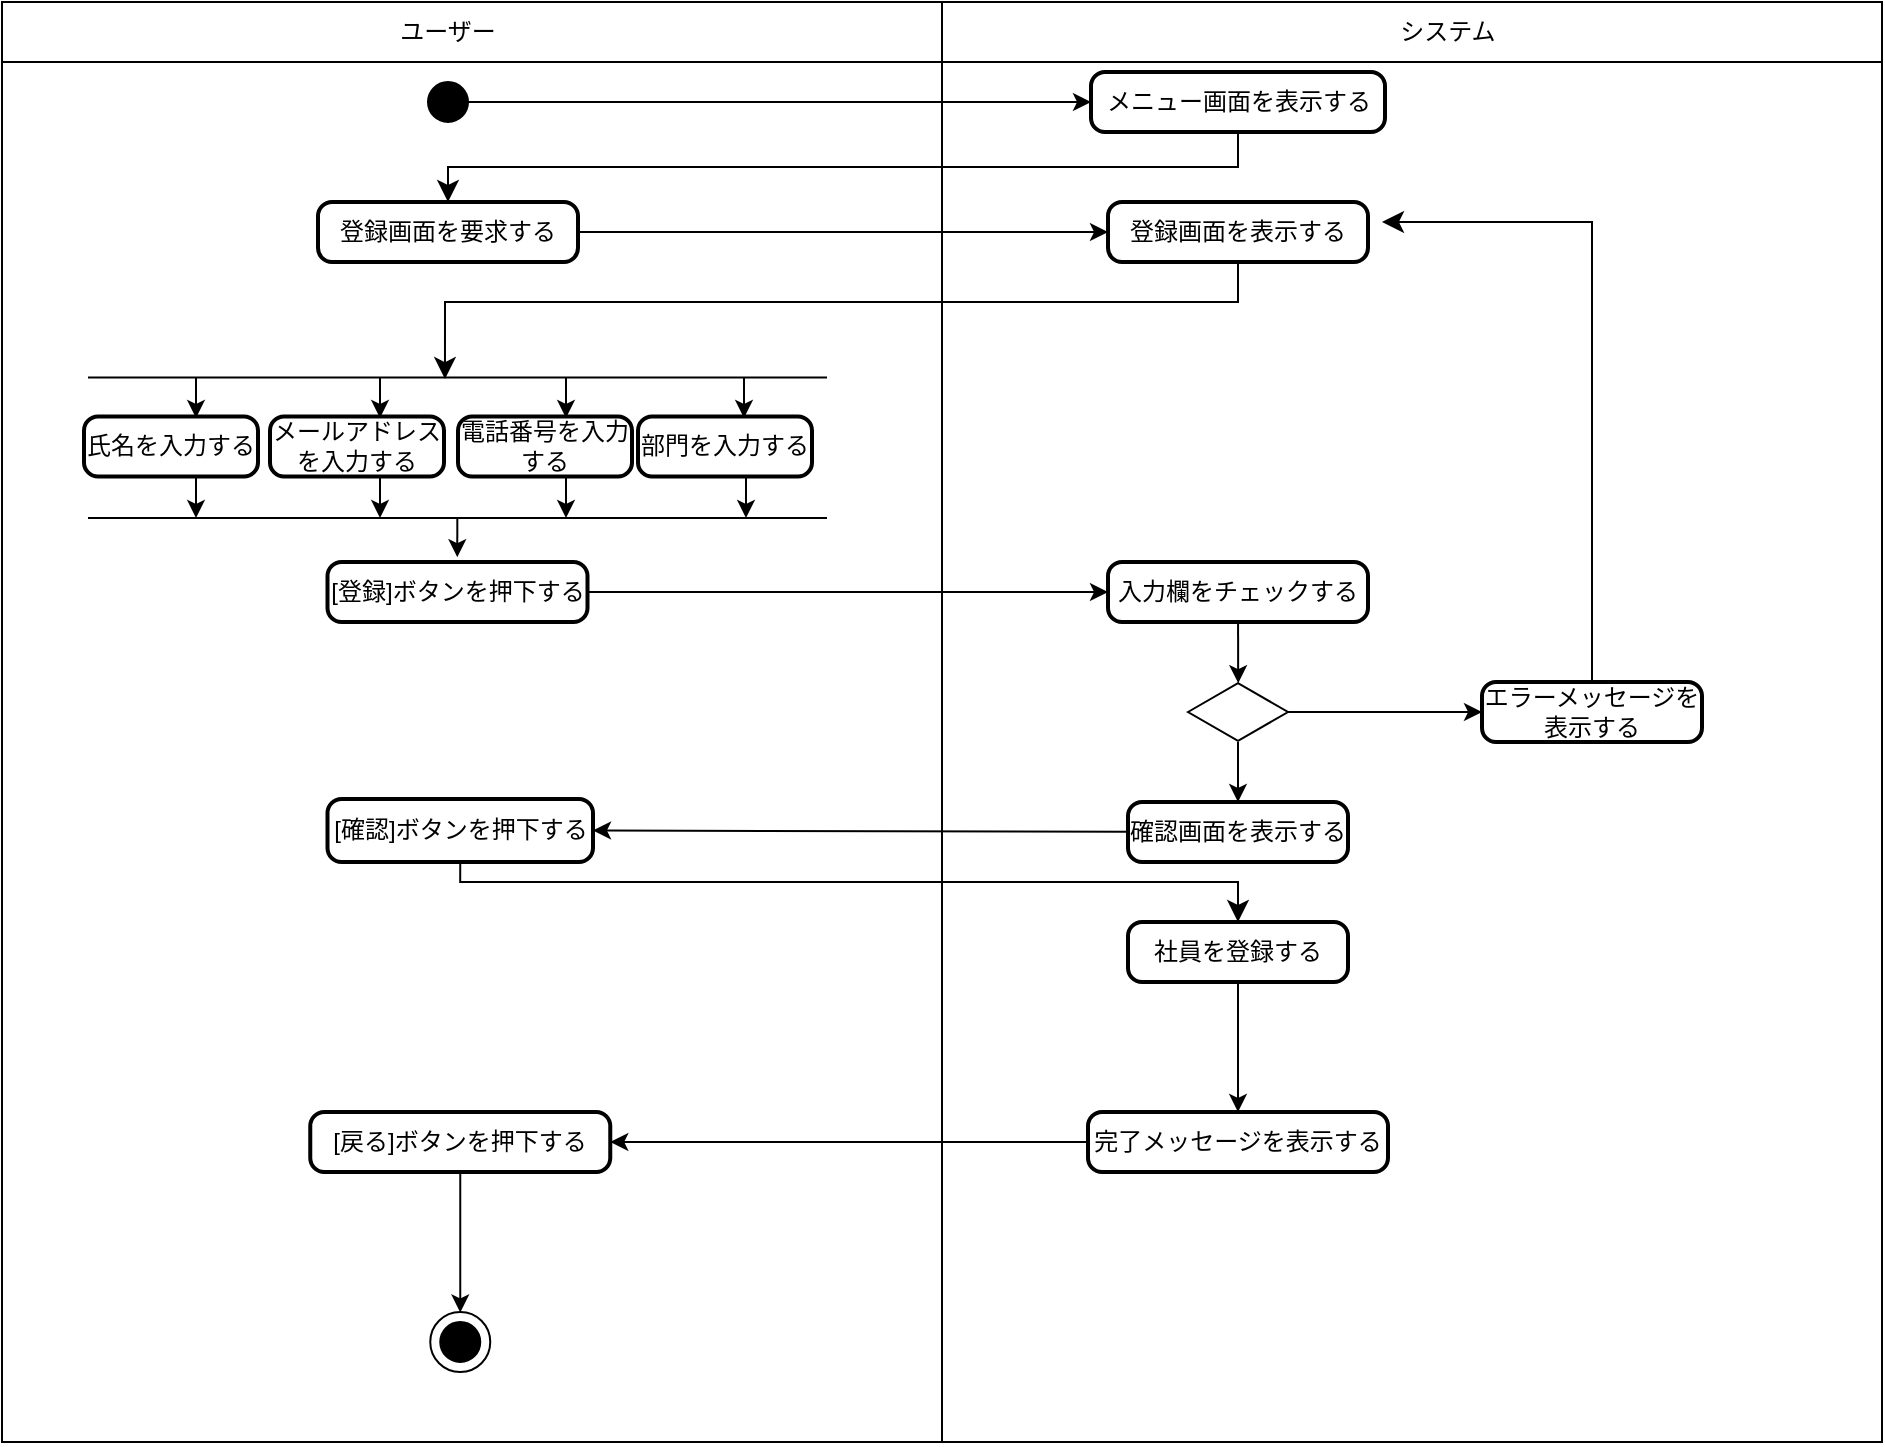
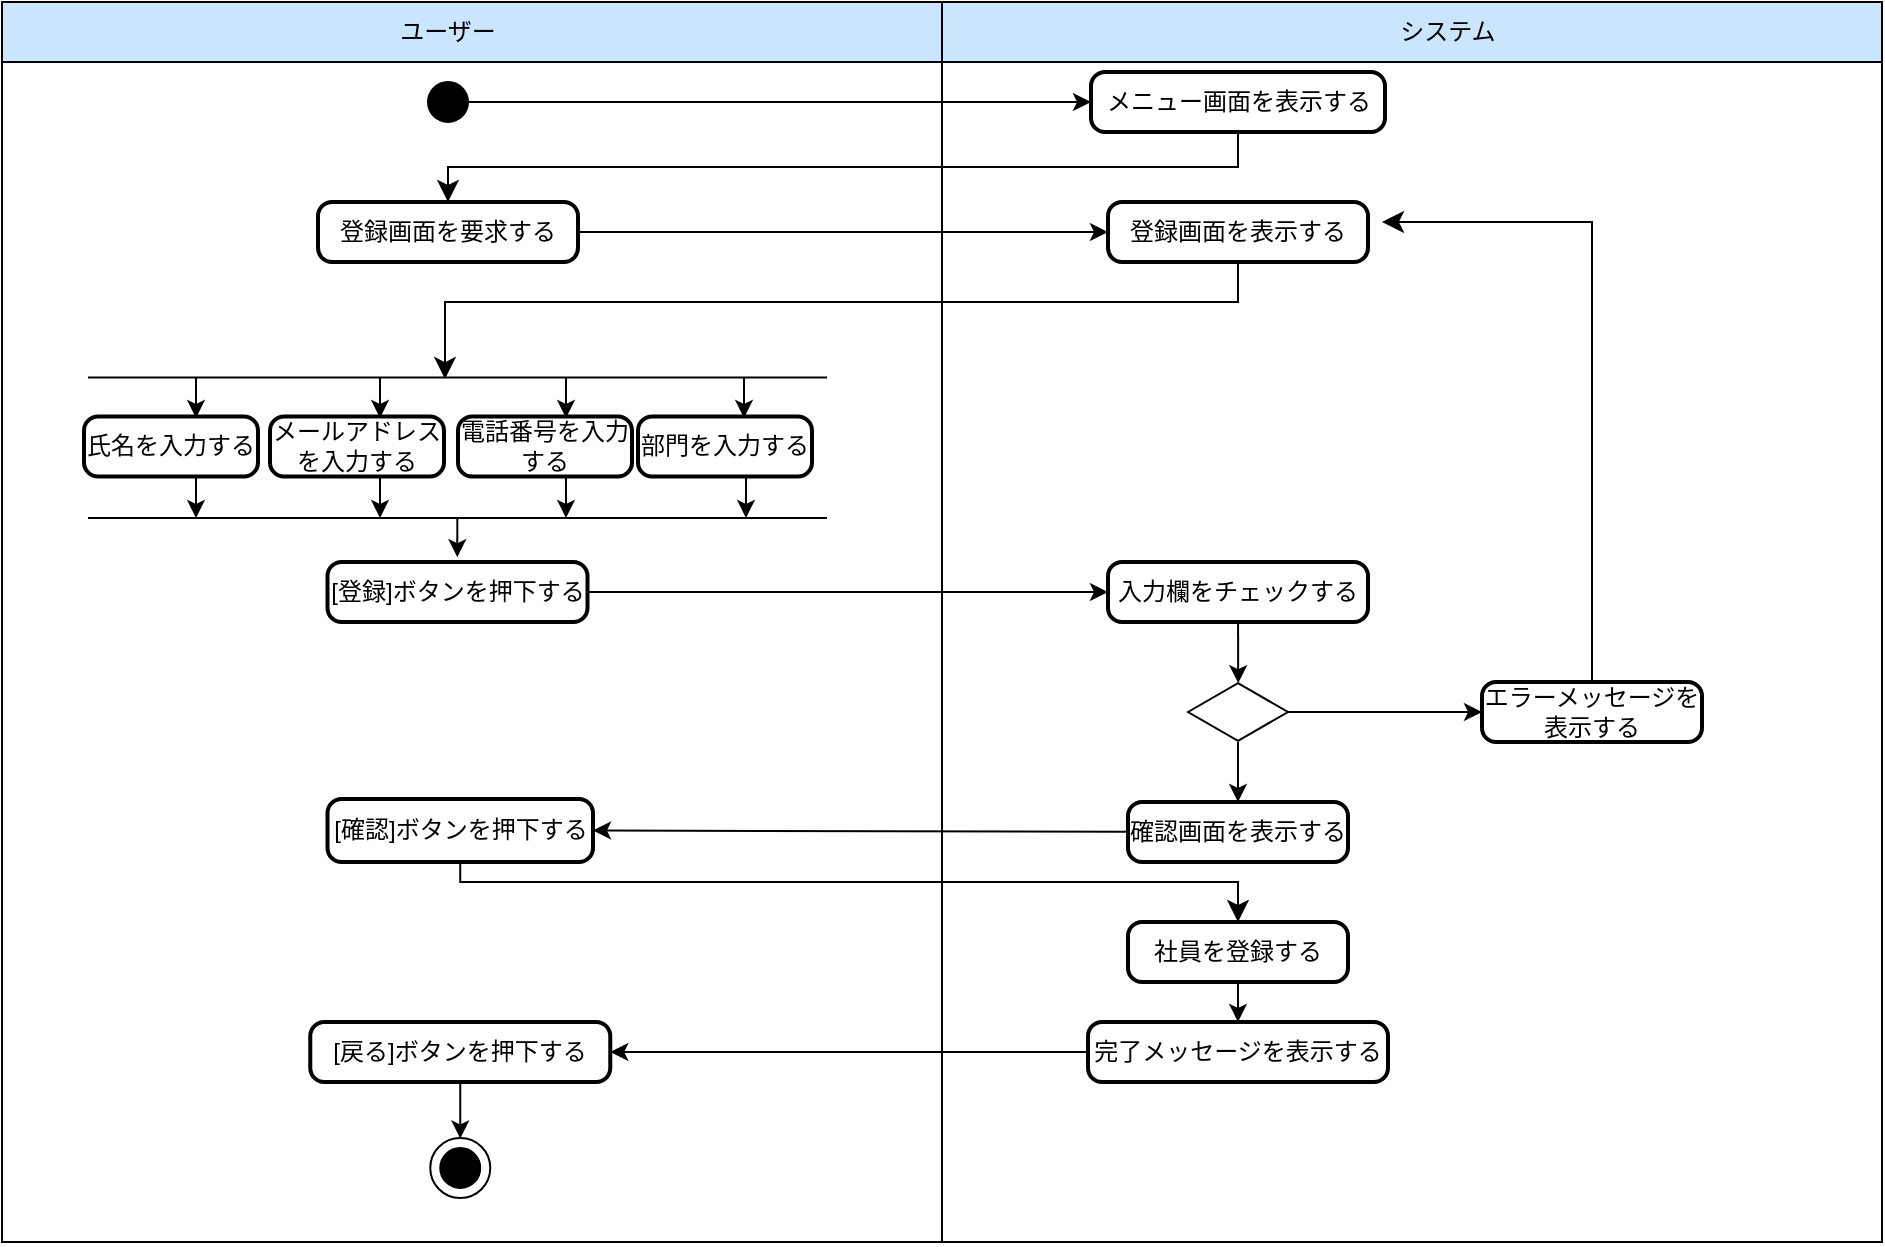
<mxfile host="65bd71144e">
    <diagram id="_1bGyNYO_4FTI1W7KcBl" name="ページ1">
-         <mxGraphModel dx="1476" dy="1693" grid="1" gridSize="10" guides="1" tooltips="1" connect="1" arrows="1" fold="1" page="1" pageScale="1" pageWidth="827" pageHeight="1169" math="0" shadow="0">
+         <mxGraphModel dx="1082" dy="1445" grid="0" gridSize="10" guides="1" tooltips="1" connect="1" arrows="1" fold="1" page="0" pageScale="1" pageWidth="827" pageHeight="1169" math="0" shadow="0">
            <root>
                <mxCell id="0"/>
                <mxCell id="1" parent="0"/>
-                 <mxCell id="52" value="" style="swimlane;whiteSpace=wrap;html=1;startSize=30;" parent="1" vertex="1">
-                     <mxGeometry x="70" y="-690" width="940" height="720" as="geometry"/>
+                 <mxCell id="52" value="" style="swimlane;whiteSpace=wrap;html=1;startSize=30;fillColor=#CCE5FF;" parent="1" vertex="1">
+                     <mxGeometry x="70" y="-690" width="940" height="620" as="geometry"/>
                </mxCell>
                <mxCell id="53" value="ユーザー" style="text;html=1;align=center;verticalAlign=middle;whiteSpace=wrap;rounded=0;" parent="52" vertex="1">
                    <mxGeometry x="193" width="60" height="30" as="geometry"/>
                </mxCell>
                <mxCell id="54" value="システム" style="text;html=1;align=center;verticalAlign=middle;whiteSpace=wrap;rounded=0;" parent="52" vertex="1">
                    <mxGeometry x="693" width="60" height="30" as="geometry"/>
                </mxCell>
                <mxCell id="56" style="edgeStyle=none;html=1;exitX=1;exitY=0.5;exitDx=0;exitDy=0;exitPerimeter=0;entryX=0;entryY=0.5;entryDx=0;entryDy=0;" parent="52" source="57" target="102" edge="1">
                    <mxGeometry relative="1" as="geometry"/>
                </mxCell>
                <mxCell id="57" value="" style="verticalLabelPosition=bottom;verticalAlign=top;html=1;shape=mxgraph.flowchart.on-page_reference;fillColor=#000000;" parent="52" vertex="1">
                    <mxGeometry x="213" y="40" width="20" height="20" as="geometry"/>
                </mxCell>
                <mxCell id="58" style="edgeStyle=none;html=1;entryX=0;entryY=0.5;entryDx=0;entryDy=0;" parent="52" source="59" target="60" edge="1">
                    <mxGeometry relative="1" as="geometry"/>
                </mxCell>
                <mxCell id="59" value="登録画面を要求する" style="rounded=1;whiteSpace=wrap;html=1;absoluteArcSize=1;arcSize=14;strokeWidth=2;" parent="52" vertex="1">
                    <mxGeometry x="158" y="100" width="130" height="30" as="geometry"/>
                </mxCell>
                <mxCell id="60" value="登録画面を表示する" style="rounded=1;whiteSpace=wrap;html=1;absoluteArcSize=1;arcSize=14;strokeWidth=2;" parent="52" vertex="1">
                    <mxGeometry x="553" y="100" width="130" height="30" as="geometry"/>
                </mxCell>
                <mxCell id="61" value="氏名を入力する" style="rounded=1;whiteSpace=wrap;html=1;absoluteArcSize=1;arcSize=14;strokeWidth=2;" parent="52" vertex="1">
                    <mxGeometry x="41" y="207.25" width="87" height="30" as="geometry"/>
                </mxCell>
                <mxCell id="62" value="部門を入力する" style="rounded=1;whiteSpace=wrap;html=1;absoluteArcSize=1;arcSize=14;strokeWidth=2;" parent="52" vertex="1">
                    <mxGeometry x="318" y="207.25" width="87" height="30" as="geometry"/>
                </mxCell>
                <mxCell id="63" value="電話番号を入力する" style="rounded=1;whiteSpace=wrap;html=1;absoluteArcSize=1;arcSize=14;strokeWidth=2;" parent="52" vertex="1">
                    <mxGeometry x="228" y="207.25" width="87" height="30" as="geometry"/>
                </mxCell>
                <mxCell id="64" value="メールアドレスを入力する" style="rounded=1;whiteSpace=wrap;html=1;absoluteArcSize=1;arcSize=14;strokeWidth=2;" parent="52" vertex="1">
                    <mxGeometry x="134" y="207.25" width="87" height="30" as="geometry"/>
                </mxCell>
                <mxCell id="66" value="" style="shape=partialRectangle;whiteSpace=wrap;html=1;bottom=0;top=0;fillColor=none;rotation=-90;" parent="52" vertex="1">
                    <mxGeometry x="192.66" y="38.6" width="70.19" height="368.5" as="geometry"/>
                </mxCell>
                <mxCell id="67" style="edgeStyle=none;html=1;entryX=0;entryY=0.5;entryDx=0;entryDy=0;" parent="52" source="68" target="69" edge="1">
                    <mxGeometry relative="1" as="geometry"/>
                </mxCell>
                <mxCell id="68" value="[登録]ボタンを押下する" style="rounded=1;whiteSpace=wrap;html=1;absoluteArcSize=1;arcSize=14;strokeWidth=2;" parent="52" vertex="1">
                    <mxGeometry x="162.75" y="280" width="130" height="30" as="geometry"/>
                </mxCell>
                <mxCell id="69" value="入力欄をチェックする" style="rounded=1;whiteSpace=wrap;html=1;absoluteArcSize=1;arcSize=14;strokeWidth=2;" parent="52" vertex="1">
                    <mxGeometry x="553" y="280" width="130" height="30" as="geometry"/>
                </mxCell>
                <mxCell id="70" value="エラーメッセージを表示する" style="rounded=1;whiteSpace=wrap;html=1;absoluteArcSize=1;arcSize=14;strokeWidth=2;" parent="52" vertex="1">
                    <mxGeometry x="740" y="340" width="110" height="30" as="geometry"/>
                </mxCell>
                <mxCell id="71" style="edgeStyle=none;html=1;entryX=1;entryY=0.5;entryDx=0;entryDy=0;" parent="52" source="72" target="73" edge="1">
                    <mxGeometry relative="1" as="geometry"/>
                </mxCell>
                <mxCell id="72" value="確認画面を表示する" style="rounded=1;whiteSpace=wrap;html=1;absoluteArcSize=1;arcSize=14;strokeWidth=2;" parent="52" vertex="1">
                    <mxGeometry x="563" y="400" width="110" height="30" as="geometry"/>
                </mxCell>
                <mxCell id="73" value="[確認]ボタンを押下する" style="rounded=1;whiteSpace=wrap;html=1;absoluteArcSize=1;arcSize=14;strokeWidth=2;" parent="52" vertex="1">
                    <mxGeometry x="162.75" y="398.5" width="132.75" height="31.5" as="geometry"/>
                </mxCell>
                <mxCell id="74" style="edgeStyle=none;html=1;exitX=0.5;exitY=1;exitDx=0;exitDy=0;entryX=0.5;entryY=0;entryDx=0;entryDy=0;" parent="52" source="75" target="77" edge="1">
                    <mxGeometry relative="1" as="geometry"/>
                </mxCell>
                <mxCell id="75" value="社員を登録する" style="rounded=1;whiteSpace=wrap;html=1;absoluteArcSize=1;arcSize=14;strokeWidth=2;" parent="52" vertex="1">
                    <mxGeometry x="563" y="460" width="110" height="30" as="geometry"/>
                </mxCell>
                <mxCell id="77" value="完了メッセージを表示する" style="rounded=1;whiteSpace=wrap;html=1;absoluteArcSize=1;arcSize=14;strokeWidth=2;" parent="52" vertex="1">
-                     <mxGeometry x="543" y="555" width="150" height="30" as="geometry"/>
+                     <mxGeometry x="543" y="510" width="150" height="30" as="geometry"/>
                </mxCell>
                <mxCell id="78" value="&lt;span style=&quot;color: rgb(0, 0, 0);&quot;&gt;[戻る]ボタンを押下する&lt;/span&gt;" style="rounded=1;whiteSpace=wrap;html=1;absoluteArcSize=1;arcSize=14;strokeWidth=2;" parent="52" vertex="1">
-                     <mxGeometry x="154.13" y="555" width="150" height="30" as="geometry"/>
+                     <mxGeometry x="154.13" y="510" width="150" height="30" as="geometry"/>
                </mxCell>
                <mxCell id="79" style="edgeStyle=none;html=1;" parent="52" source="81" target="70" edge="1">
                    <mxGeometry relative="1" as="geometry"/>
                </mxCell>
                <mxCell id="80" style="edgeStyle=none;html=1;entryX=0.5;entryY=0;entryDx=0;entryDy=0;" parent="52" source="81" target="72" edge="1">
                    <mxGeometry relative="1" as="geometry"/>
                </mxCell>
                <mxCell id="81" value="" style="html=1;whiteSpace=wrap;aspect=fixed;shape=isoRectangle;" parent="52" vertex="1">
                    <mxGeometry x="593" y="340" width="50" height="30" as="geometry"/>
                </mxCell>
                <mxCell id="82" value="" style="edgeStyle=segmentEdgeStyle;endArrow=classic;html=1;curved=0;rounded=0;endSize=8;startSize=8;exitX=0.5;exitY=1;exitDx=0;exitDy=0;entryX=0.989;entryY=0.483;entryDx=0;entryDy=0;entryPerimeter=0;" parent="52" source="60" target="66" edge="1">
                    <mxGeometry width="50" height="50" relative="1" as="geometry">
                        <mxPoint x="420" y="200" as="sourcePoint"/>
                        <mxPoint x="470" y="150" as="targetPoint"/>
                        <Array as="points">
                            <mxPoint x="618" y="150"/>
                            <mxPoint x="222" y="150"/>
                        </Array>
                    </mxGeometry>
                </mxCell>
                <mxCell id="83" style="edgeStyle=none;html=1;entryX=0.499;entryY=-0.081;entryDx=0;entryDy=0;entryPerimeter=0;" parent="52" source="66" target="68" edge="1">
                    <mxGeometry relative="1" as="geometry"/>
                </mxCell>
                <mxCell id="84" style="edgeStyle=none;html=1;entryX=0.502;entryY=0.019;entryDx=0;entryDy=0;entryPerimeter=0;" parent="52" source="69" target="81" edge="1">
                    <mxGeometry relative="1" as="geometry"/>
                </mxCell>
                <mxCell id="85" value="" style="edgeStyle=segmentEdgeStyle;endArrow=classic;html=1;curved=0;rounded=0;endSize=8;startSize=8;exitX=0.5;exitY=1;exitDx=0;exitDy=0;entryX=0.5;entryY=0;entryDx=0;entryDy=0;" parent="52" source="73" target="75" edge="1">
                    <mxGeometry width="50" height="50" relative="1" as="geometry">
                        <mxPoint x="430" y="390" as="sourcePoint"/>
                        <mxPoint x="480" y="340" as="targetPoint"/>
                        <Array as="points">
                            <mxPoint x="229" y="440"/>
                            <mxPoint x="618" y="440"/>
                        </Array>
                    </mxGeometry>
                </mxCell>
                <mxCell id="88" value="" style="ellipse;whiteSpace=wrap;html=1;aspect=fixed;" parent="52" vertex="1">
-                     <mxGeometry x="214.13" y="655" width="30" height="30" as="geometry"/>
+                     <mxGeometry x="214.13" y="568" width="30" height="30" as="geometry"/>
                </mxCell>
                <mxCell id="89" value="" style="verticalLabelPosition=bottom;verticalAlign=top;html=1;shape=mxgraph.flowchart.on-page_reference;fillColor=#000000;" parent="52" vertex="1">
-                     <mxGeometry x="219.13" y="660" width="20" height="20" as="geometry"/>
+                     <mxGeometry x="219.13" y="573" width="20" height="20" as="geometry"/>
                </mxCell>
                <mxCell id="90" style="edgeStyle=none;html=1;entryX=0.5;entryY=0.008;entryDx=0;entryDy=0;entryPerimeter=0;" parent="52" source="78" target="88" edge="1">
                    <mxGeometry relative="1" as="geometry"/>
                </mxCell>
-                 <mxCell id="102" value="メニュー画面を表示する" style="rounded=1;whiteSpace=wrap;html=1;absoluteArcSize=1;arcSize=14;strokeWidth=2;" vertex="1" parent="52">
+                 <mxCell id="102" value="メニュー画面を表示する" style="rounded=1;whiteSpace=wrap;html=1;absoluteArcSize=1;arcSize=14;strokeWidth=2;" parent="52" vertex="1">
                    <mxGeometry x="544.5" y="35" width="147" height="30" as="geometry"/>
                </mxCell>
-                 <mxCell id="104" value="" style="edgeStyle=elbowEdgeStyle;elbow=vertical;endArrow=classic;html=1;curved=0;rounded=0;endSize=8;startSize=8;exitX=0.5;exitY=1;exitDx=0;exitDy=0;entryX=0.5;entryY=0;entryDx=0;entryDy=0;" edge="1" parent="52" source="102" target="59">
+                 <mxCell id="104" value="" style="edgeStyle=elbowEdgeStyle;elbow=vertical;endArrow=classic;html=1;curved=0;rounded=0;endSize=8;startSize=8;exitX=0.5;exitY=1;exitDx=0;exitDy=0;entryX=0.5;entryY=0;entryDx=0;entryDy=0;" parent="52" source="102" target="59" edge="1">
                    <mxGeometry width="50" height="50" relative="1" as="geometry">
                        <mxPoint x="410" y="210" as="sourcePoint"/>
                        <mxPoint x="460" y="160" as="targetPoint"/>
                    </mxGeometry>
                </mxCell>
-                 <mxCell id="107" style="edgeStyle=none;html=1;entryX=1;entryY=0.5;entryDx=0;entryDy=0;" edge="1" parent="52" target="78">
-                     <mxGeometry relative="1" as="geometry">
-                         <mxPoint x="543" y="570" as="sourcePoint"/>
+                 <mxCell id="107" style="edgeStyle=none;html=1;entryX=1;entryY=0.5;entryDx=0;entryDy=0;" parent="52" target="78" edge="1">
+                     <mxGeometry relative="1" as="geometry">
+                         <mxPoint x="543" y="525" as="sourcePoint"/>
                    </mxGeometry>
                </mxCell>
                <mxCell id="91" value="" style="endArrow=none;html=1;entryX=0.5;entryY=0;entryDx=0;entryDy=0;exitX=0.5;exitY=1;exitDx=0;exitDy=0;" parent="1" source="52" target="52" edge="1">
                    <mxGeometry width="50" height="50" relative="1" as="geometry">
                        <mxPoint x="510" y="-220" as="sourcePoint"/>
                        <mxPoint x="560" y="-270" as="targetPoint"/>
                    </mxGeometry>
                </mxCell>
                <mxCell id="92" style="edgeStyle=none;html=1;exitX=0.5;exitY=1;exitDx=0;exitDy=0;exitPerimeter=0;" parent="1" edge="1">
                    <mxGeometry relative="1" as="geometry">
                        <mxPoint x="167" y="-502" as="sourcePoint"/>
                        <mxPoint x="167" y="-482" as="targetPoint"/>
                    </mxGeometry>
                </mxCell>
                <mxCell id="93" style="edgeStyle=none;html=1;exitX=0.5;exitY=1;exitDx=0;exitDy=0;exitPerimeter=0;" parent="1" edge="1">
                    <mxGeometry relative="1" as="geometry">
                        <mxPoint x="259" y="-502" as="sourcePoint"/>
                        <mxPoint x="259" y="-482" as="targetPoint"/>
                    </mxGeometry>
                </mxCell>
                <mxCell id="94" style="edgeStyle=none;html=1;exitX=0.5;exitY=1;exitDx=0;exitDy=0;exitPerimeter=0;" parent="1" edge="1">
                    <mxGeometry relative="1" as="geometry">
                        <mxPoint x="352" y="-502" as="sourcePoint"/>
                        <mxPoint x="352" y="-482" as="targetPoint"/>
                    </mxGeometry>
                </mxCell>
                <mxCell id="95" style="edgeStyle=none;html=1;exitX=0.5;exitY=1;exitDx=0;exitDy=0;exitPerimeter=0;" parent="1" edge="1">
                    <mxGeometry relative="1" as="geometry">
                        <mxPoint x="441" y="-502" as="sourcePoint"/>
                        <mxPoint x="441" y="-482" as="targetPoint"/>
                    </mxGeometry>
                </mxCell>
                <mxCell id="96" style="edgeStyle=none;html=1;exitX=0.5;exitY=1;exitDx=0;exitDy=0;exitPerimeter=0;" parent="1" edge="1">
                    <mxGeometry relative="1" as="geometry">
                        <mxPoint x="442" y="-452" as="sourcePoint"/>
                        <mxPoint x="442" y="-432" as="targetPoint"/>
                    </mxGeometry>
                </mxCell>
                <mxCell id="97" style="edgeStyle=none;html=1;exitX=0.5;exitY=1;exitDx=0;exitDy=0;exitPerimeter=0;" parent="1" edge="1">
                    <mxGeometry relative="1" as="geometry">
                        <mxPoint x="352" y="-452" as="sourcePoint"/>
                        <mxPoint x="352" y="-432" as="targetPoint"/>
                    </mxGeometry>
                </mxCell>
                <mxCell id="98" style="edgeStyle=none;html=1;exitX=0.5;exitY=1;exitDx=0;exitDy=0;exitPerimeter=0;" parent="1" edge="1">
                    <mxGeometry relative="1" as="geometry">
                        <mxPoint x="259" y="-452" as="sourcePoint"/>
                        <mxPoint x="259" y="-432" as="targetPoint"/>
                    </mxGeometry>
                </mxCell>
                <mxCell id="99" style="edgeStyle=none;html=1;exitX=0.5;exitY=1;exitDx=0;exitDy=0;exitPerimeter=0;" parent="1" edge="1">
                    <mxGeometry relative="1" as="geometry">
                        <mxPoint x="167" y="-452" as="sourcePoint"/>
                        <mxPoint x="167" y="-432" as="targetPoint"/>
                    </mxGeometry>
                </mxCell>
                <mxCell id="100" value="" style="edgeStyle=segmentEdgeStyle;endArrow=classic;html=1;curved=0;rounded=0;endSize=8;startSize=8;" parent="1" edge="1">
                    <mxGeometry width="50" height="50" relative="1" as="geometry">
                        <mxPoint x="865" y="-350" as="sourcePoint"/>
                        <mxPoint x="760" y="-580" as="targetPoint"/>
                        <Array as="points">
                            <mxPoint x="865" y="-580"/>
                        </Array>
                    </mxGeometry>
                </mxCell>
                <mxCell id="101" value="" style="line;strokeWidth=4;direction=south;html=1;perimeter=backbonePerimeter;points=[];outlineConnect=0;" parent="1" vertex="1">
                    <mxGeometry x="520" y="-190" height="80" as="geometry"/>
                </mxCell>
            </root>
        </mxGraphModel>
    </diagram>
</mxfile>